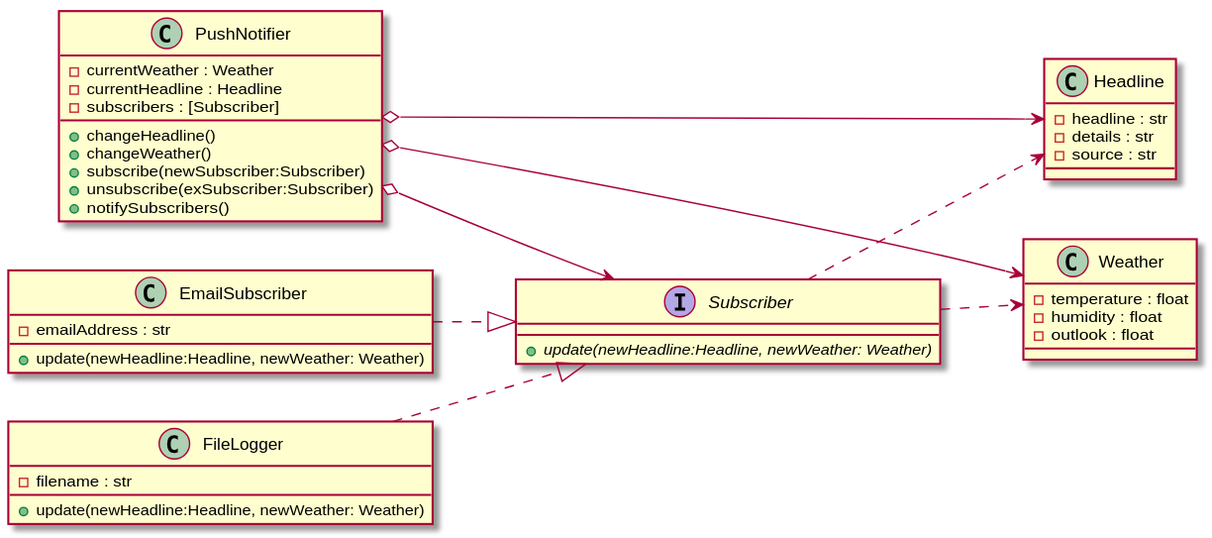
HowDoIGitHelp/CMSC23MDNotes keeps this PlantUML diagram as Markdown Lecture Notes and Lab Exercises/uml/observerexample.svg. Above is the earlier version.
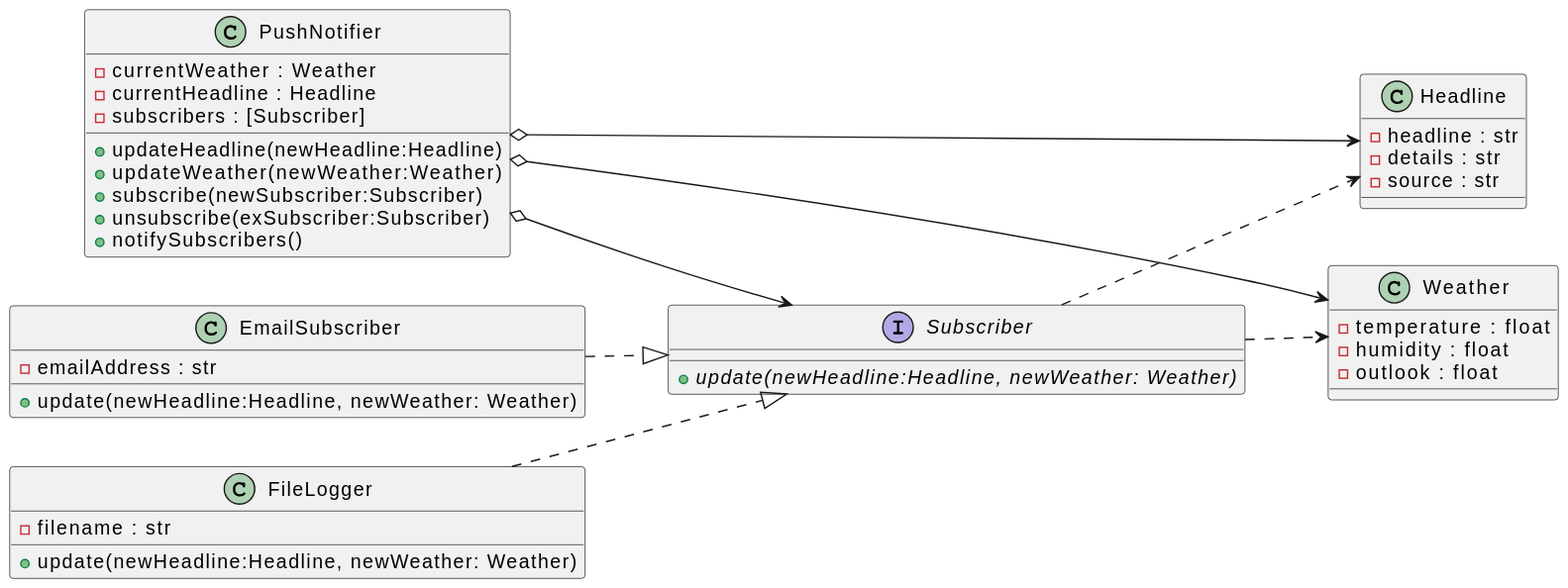
The same file after the commit.

The edit, as a diff of the source:
```diff
@@ -1,5 +1,5 @@
 @startuml
-	left to right direction
+left to right direction
   interface Subscriber{
     + {abstract} update(newHeadline:Headline, newWeather: Weather)
   }
@@ -8,8 +8,8 @@
     - currentWeather : Weather
     - currentHeadline : Headline
     - subscribers : [Subscriber]
-    + changeHeadline()
-    + changeWeather()
+    + updateHeadline(newHeadline:Headline)
+    + updateWeather(newWeather:Weather)
     + subscribe(newSubscriber:Subscriber)
     + unsubscribe(exSubscriber:Subscriber)
     + notifySubscribers()
```
